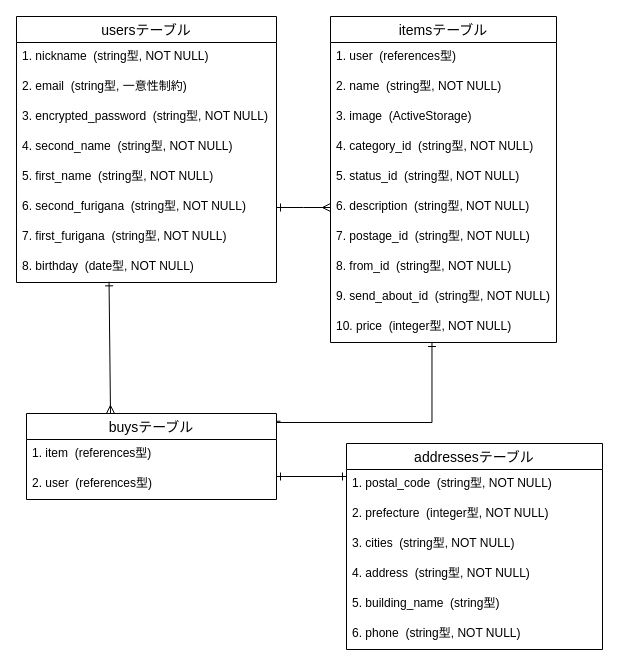
Before: furima-er.dio in itokanta/furima-35084, a draw.io diagram. Source tidied: cells renumbered, new cells numbered last; positions are measured from the earlier drawing's top-left corner, leaving out a move shared by most shapes. Both pictures are drawn from the tidied source at 100%, with x=0, y=0 at pixel (16, 16).
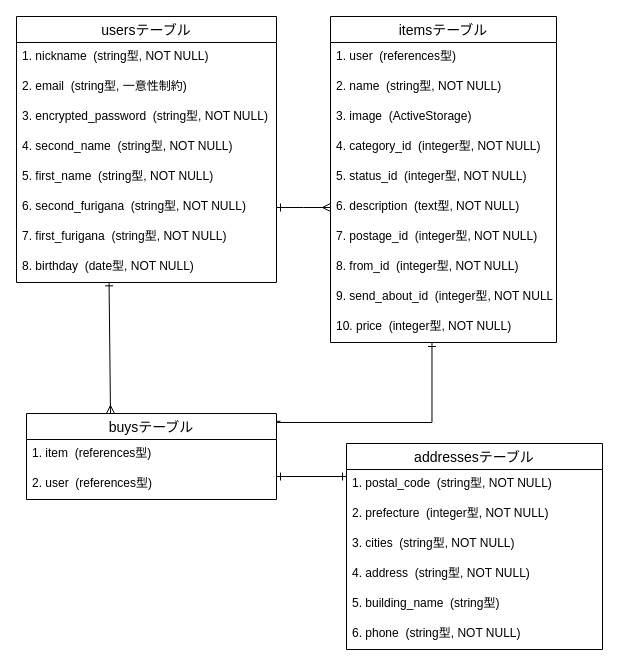
After the change.

Unchanged cells that the change refers to:
```xml
<mxCell id="12" value="itemsテーブル" style="swimlane;fontStyle=0;horizontal=1;startSize=26;align=center;fontSize=14;" parent="1" vertex="1">
  <mxGeometry x="314" width="226" height="326" as="geometry" />
</mxCell>
```

Diff of the diagram source:
```diff
@@
-    <mxCell id="16" value="4. category_id  (string型, NOT NULL)" style="text;strokeColor=none;fillColor=none;spacingLeft=4;spacingRight=4;overflow=hidden;fontSize=12;" parent="12" vertex="1">
+    <mxCell id="16" value="4. category_id  (integer型, NOT NULL)" style="text;strokeColor=none;fillColor=none;spacingLeft=4;spacingRight=4;overflow=hidden;fontSize=12;" parent="12" vertex="1">
       <mxGeometry y="116" width="226" height="30" as="geometry" />
     </mxCell>
-    <mxCell id="17" value="5. status_id  (string型, NOT NULL)" style="text;strokeColor=none;fillColor=none;spacingLeft=4;spacingRight=4;overflow=hidden;fontSize=12;" parent="12" vertex="1">
+    <mxCell id="17" value="5. status_id  (integer型, NOT NULL)" style="text;strokeColor=none;fillColor=none;spacingLeft=4;spacingRight=4;overflow=hidden;fontSize=12;" parent="12" vertex="1">
       <mxGeometry y="146" width="226" height="30" as="geometry" />
     </mxCell>
-    <mxCell id="18" value="6. description  (string型, NOT NULL)" style="text;strokeColor=none;fillColor=none;spacingLeft=4;spacingRight=4;overflow=hidden;fontSize=12;" parent="12" vertex="1">
+    <mxCell id="18" value="6. description  (text型, NOT NULL)" style="text;strokeColor=none;fillColor=none;spacingLeft=4;spacingRight=4;overflow=hidden;fontSize=12;" parent="12" vertex="1">
       <mxGeometry y="176" width="226" height="30" as="geometry" />
     </mxCell>
-    <mxCell id="19" value="7. postage_id  (string型, NOT NULL)" style="text;strokeColor=none;fillColor=none;spacingLeft=4;spacingRight=4;overflow=hidden;fontSize=12;" parent="12" vertex="1">
+    <mxCell id="19" value="7. postage_id  (integer型, NOT NULL)" style="text;strokeColor=none;fillColor=none;spacingLeft=4;spacingRight=4;overflow=hidden;fontSize=12;" parent="12" vertex="1">
       <mxGeometry y="206" width="226" height="30" as="geometry" />
     </mxCell>
-    <mxCell id="20" value="8. from_id  (string型, NOT NULL)" style="text;strokeColor=none;fillColor=none;spacingLeft=4;spacingRight=4;overflow=hidden;fontSize=12;" parent="12" vertex="1">
+    <mxCell id="20" value="8. from_id  (integer型, NOT NULL)" style="text;strokeColor=none;fillColor=none;spacingLeft=4;spacingRight=4;overflow=hidden;fontSize=12;" parent="12" vertex="1">
       <mxGeometry y="236" width="226" height="30" as="geometry" />
     </mxCell>
-    <mxCell id="21" value="9. send_about_id  (string型, NOT NULL)" style="text;strokeColor=none;fillColor=none;spacingLeft=4;spacingRight=4;overflow=hidden;fontSize=12;" parent="12" vertex="1">
+    <mxCell id="21" value="9. send_about_id  (integer型, NOT NULL)" style="text;strokeColor=none;fillColor=none;spacingLeft=4;spacingRight=4;overflow=hidden;fontSize=12;" parent="12" vertex="1">
       <mxGeometry y="266" width="226" height="30" as="geometry" />
     </mxCell>
```
